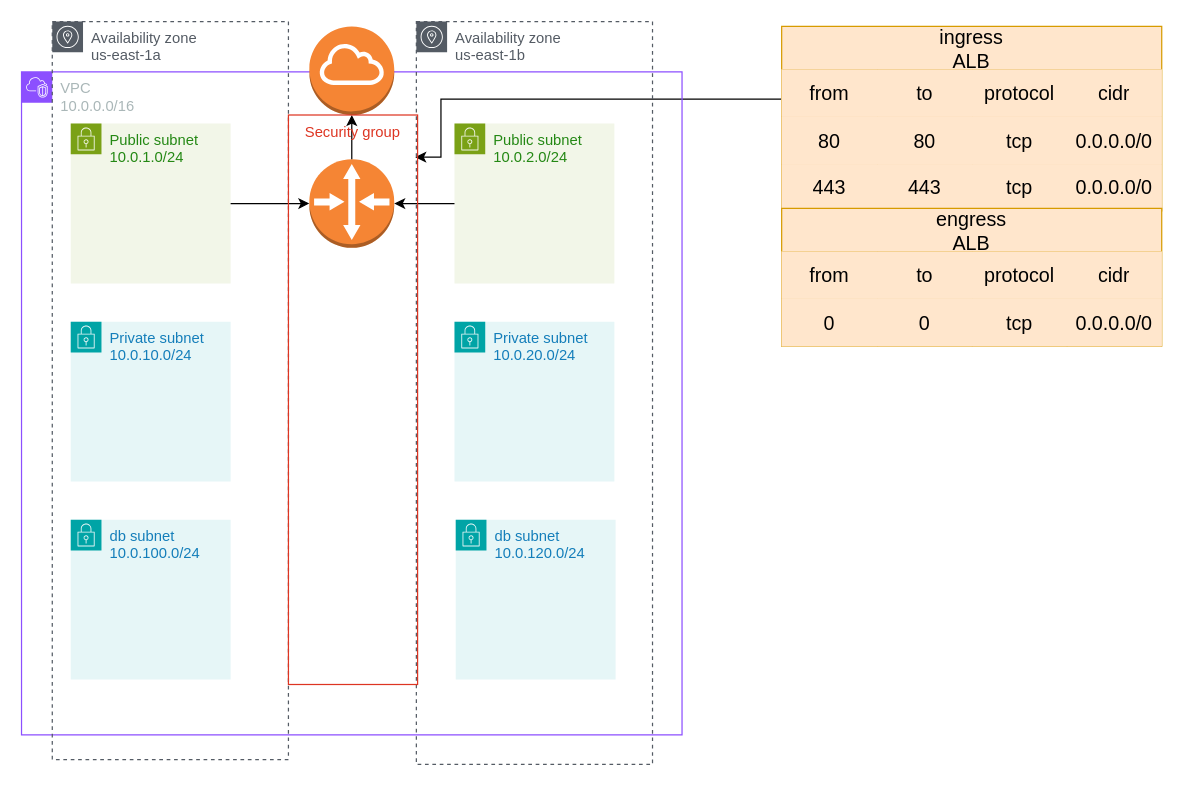
The draw.io diagram page "ページ-3" (3 of 3) of cloudnative.drawio in kyforprogram/homework, before the edit. Source tidied: cells renumbered, new cells numbered last; positions are measured from the earlier drawing's top-left corner, leaving out a move shared by most shapes. Both pictures are drawn from the tidied source at 123%, with x=0, y=0 at pixel (21, 21).
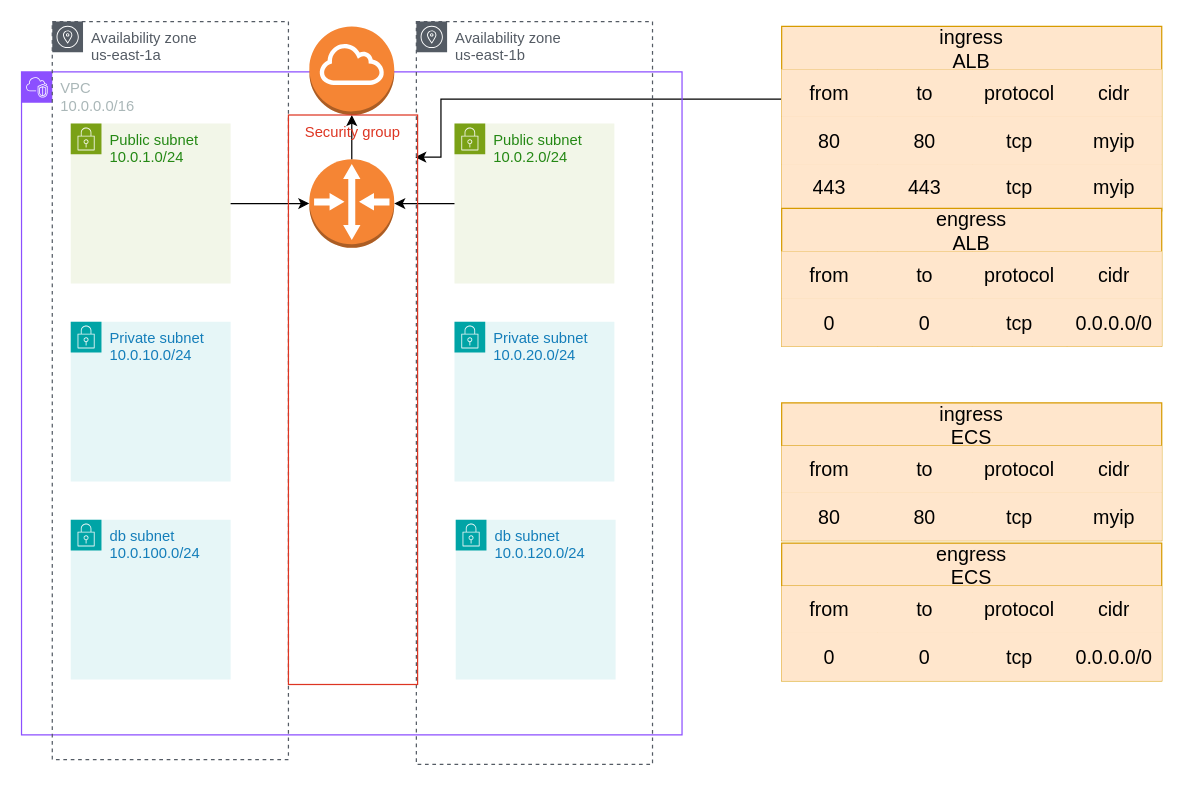
The same page after the edit.

The change refers to these unchanged cells:
```xml
<mxCell id="24" style="shape=tableRow;horizontal=0;startSize=0;swimlaneHead=0;swimlaneBody=0;strokeColor=#d79b00;top=0;left=0;bottom=0;right=0;fillColor=#ffe6cc;fontSize=16;" parent="18" vertex="1">
  <mxGeometry y="73" width="309" height="39" as="geometry" />
</mxCell>
<mxCell id="29" style="shape=tableRow;horizontal=0;startSize=0;swimlaneHead=0;swimlaneBody=0;strokeColor=#d79b00;top=0;left=0;bottom=0;right=0;fillColor=#ffe6cc;fontSize=16;" parent="18" vertex="1">
  <mxGeometry y="112" width="309" height="38" as="geometry" />
</mxCell>
```

Diff of the diagram source:
```diff
@@
-    <mxCell id="28" value="0.0.0.0/0" style="shape=partialRectangle;html=1;whiteSpace=wrap;strokeColor=#d79b00;overflow=hidden;fillColor=#ffe6cc;top=0;left=0;bottom=0;right=0;fontSize=16;" parent="24" vertex="1">
+    <mxCell id="28" value="myip" style="shape=partialRectangle;html=1;whiteSpace=wrap;strokeColor=#d79b00;overflow=hidden;fillColor=#ffe6cc;top=0;left=0;bottom=0;right=0;fontSize=16;" parent="24" vertex="1">
       <mxGeometry x="232" width="77" height="39" as="geometry" />
     </mxCell>
@@
-    <mxCell id="33" value="0.0.0.0/0" style="shape=partialRectangle;html=1;whiteSpace=wrap;strokeColor=#d79b00;overflow=hidden;fillColor=#ffe6cc;top=0;left=0;bottom=0;right=0;fontSize=16;" parent="29" vertex="1">
+    <mxCell id="33" value="myip" style="shape=partialRectangle;html=1;whiteSpace=wrap;strokeColor=#d79b00;overflow=hidden;fillColor=#ffe6cc;top=0;left=0;bottom=0;right=0;fontSize=16;" parent="29" vertex="1">
       <mxGeometry x="232" width="77" height="38" as="geometry" />
     </mxCell>
@@
+    <mxCell id="45" value="ingress&#10;ECS" style="shape=table;startSize=35;childLayout=tableLayout;strokeColor=#d79b00;fontSize=16;fillColor=#ffe6cc;" parent="1" vertex="1">
+      <mxGeometry x="618" y="310" width="309" height="112" as="geometry" />
+    </mxCell>
+    <mxCell id="46" style="shape=tableRow;horizontal=0;startSize=0;swimlaneHead=0;swimlaneBody=0;strokeColor=#d79b00;top=0;left=0;bottom=0;right=0;fillColor=#ffe6cc;fontSize=16;" parent="45" vertex="1">
+      <mxGeometry y="35" width="309" height="38" as="geometry" />
+    </mxCell>
+    <mxCell id="47" value="from" style="shape=partialRectangle;html=1;whiteSpace=wrap;strokeColor=#d79b00;overflow=hidden;fillColor=#ffe6cc;top=0;left=0;bottom=0;right=0;fontSize=16;" parent="46" vertex="1">
+      <mxGeometry width="78" height="38" as="geometry" />
+    </mxCell>
+    <mxCell id="48" value="to" style="shape=partialRectangle;html=1;whiteSpace=wrap;strokeColor=#d79b00;overflow=hidden;fillColor=#ffe6cc;top=0;left=0;bottom=0;right=0;fontSize=16;" parent="46" vertex="1">
+      <mxGeometry x="78" width="77" height="38" as="geometry" />
+    </mxCell>
+    <mxCell id="49" value="protocol" style="shape=partialRectangle;html=1;whiteSpace=wrap;strokeColor=#d79b00;overflow=hidden;fillColor=#ffe6cc;top=0;left=0;bottom=0;right=0;fontSize=16;" parent="46" vertex="1">
+      <mxGeometry x="155" width="77" height="38" as="geometry" />
+    </mxCell>
+    <mxCell id="50" value="cidr" style="shape=partialRectangle;html=1;whiteSpace=wrap;strokeColor=#d79b00;overflow=hidden;fillColor=#ffe6cc;top=0;left=0;bottom=0;right=0;fontSize=16;" parent="46" vertex="1">
+      <mxGeometry x="232" width="77" height="38" as="geometry" />
+    </mxCell>
+    <mxCell id="51" style="shape=tableRow;horizontal=0;startSize=0;swimlaneHead=0;swimlaneBody=0;strokeColor=#d79b00;top=0;left=0;bottom=0;right=0;fillColor=#ffe6cc;fontSize=16;" parent="45" vertex="1">
+      <mxGeometry y="73" width="309" height="39" as="geometry" />
+    </mxCell>
+    <mxCell id="52" value="80" style="shape=partialRectangle;html=1;whiteSpace=wrap;strokeColor=#d79b00;overflow=hidden;fillColor=#ffe6cc;top=0;left=0;bottom=0;right=0;fontSize=16;" parent="51" vertex="1">
+      <mxGeometry width="78" height="39" as="geometry" />
+    </mxCell>
+    <mxCell id="53" value="80" style="shape=partialRectangle;html=1;whiteSpace=wrap;strokeColor=#d79b00;overflow=hidden;fillColor=#ffe6cc;top=0;left=0;bottom=0;right=0;fontSize=16;" parent="51" vertex="1">
+      <mxGeometry x="78" width="77" height="39" as="geometry" />
+    </mxCell>
+    <mxCell id="54" value="tcp" style="shape=partialRectangle;html=1;whiteSpace=wrap;strokeColor=#d79b00;overflow=hidden;fillColor=#ffe6cc;top=0;left=0;bottom=0;right=0;fontSize=16;" parent="51" vertex="1">
+      <mxGeometry x="155" width="77" height="39" as="geometry" />
+    </mxCell>
+    <mxCell id="55" value="myip" style="shape=partialRectangle;html=1;whiteSpace=wrap;strokeColor=#d79b00;overflow=hidden;fillColor=#ffe6cc;top=0;left=0;bottom=0;right=0;fontSize=16;" parent="51" vertex="1">
+      <mxGeometry x="232" width="77" height="39" as="geometry" />
+    </mxCell>
+    <mxCell id="56" value="engress&#10;ECS" style="shape=table;startSize=35;childLayout=tableLayout;strokeColor=#d79b00;fontSize=16;fillColor=#ffe6cc;" parent="1" vertex="1">
+      <mxGeometry x="618" y="424" width="309" height="112" as="geometry" />
+    </mxCell>
+    <mxCell id="57" style="shape=tableRow;horizontal=0;startSize=0;swimlaneHead=0;swimlaneBody=0;strokeColor=#d79b00;top=0;left=0;bottom=0;right=0;fillColor=#ffe6cc;fontSize=16;" parent="56" vertex="1">
+      <mxGeometry y="35" width="309" height="38" as="geometry" />
+    </mxCell>
+    <mxCell id="58" value="from" style="shape=partialRectangle;html=1;whiteSpace=wrap;strokeColor=#d79b00;overflow=hidden;fillColor=#ffe6cc;top=0;left=0;bottom=0;right=0;fontSize=16;" parent="57" vertex="1">
+      <mxGeometry width="78" height="38" as="geometry" />
+    </mxCell>
+    <mxCell id="59" value="to" style="shape=partialRectangle;html=1;whiteSpace=wrap;strokeColor=#d79b00;overflow=hidden;fillColor=#ffe6cc;top=0;left=0;bottom=0;right=0;fontSize=16;" parent="57" vertex="1">
+      <mxGeometry x="78" width="77" height="38" as="geometry" />
+    </mxCell>
+    <mxCell id="60" value="protocol" style="shape=partialRectangle;html=1;whiteSpace=wrap;strokeColor=#d79b00;overflow=hidden;fillColor=#ffe6cc;top=0;left=0;bottom=0;right=0;fontSize=16;" parent="57" vertex="1">
+      <mxGeometry x="155" width="77" height="38" as="geometry" />
+    </mxCell>
+    <mxCell id="61" value="cidr" style="shape=partialRectangle;html=1;whiteSpace=wrap;strokeColor=#d79b00;overflow=hidden;fillColor=#ffe6cc;top=0;left=0;bottom=0;right=0;fontSize=16;" parent="57" vertex="1">
+      <mxGeometry x="232" width="77" height="38" as="geometry" />
+    </mxCell>
+    <mxCell id="62" style="shape=tableRow;horizontal=0;startSize=0;swimlaneHead=0;swimlaneBody=0;strokeColor=#d79b00;top=0;left=0;bottom=0;right=0;fillColor=#ffe6cc;fontSize=16;" parent="56" vertex="1">
+      <mxGeometry y="73" width="309" height="39" as="geometry" />
+    </mxCell>
+    <mxCell id="63" value="0" style="shape=partialRectangle;html=1;whiteSpace=wrap;strokeColor=#d79b00;overflow=hidden;fillColor=#ffe6cc;top=0;left=0;bottom=0;right=0;fontSize=16;" parent="62" vertex="1">
+      <mxGeometry width="78" height="39" as="geometry" />
+    </mxCell>
+    <mxCell id="64" value="0" style="shape=partialRectangle;html=1;whiteSpace=wrap;strokeColor=#d79b00;overflow=hidden;fillColor=#ffe6cc;top=0;left=0;bottom=0;right=0;fontSize=16;" parent="62" vertex="1">
+      <mxGeometry x="78" width="77" height="39" as="geometry" />
+    </mxCell>
+    <mxCell id="65" value="tcp" style="shape=partialRectangle;html=1;whiteSpace=wrap;strokeColor=#d79b00;overflow=hidden;fillColor=#ffe6cc;top=0;left=0;bottom=0;right=0;fontSize=16;" parent="62" vertex="1">
+      <mxGeometry x="155" width="77" height="39" as="geometry" />
+    </mxCell>
+    <mxCell id="66" value="0.0.0.0/0" style="shape=partialRectangle;html=1;whiteSpace=wrap;strokeColor=#d79b00;overflow=hidden;fillColor=#ffe6cc;top=0;left=0;bottom=0;right=0;fontSize=16;" parent="62" vertex="1">
+      <mxGeometry x="232" width="77" height="39" as="geometry" />
+    </mxCell>
```
